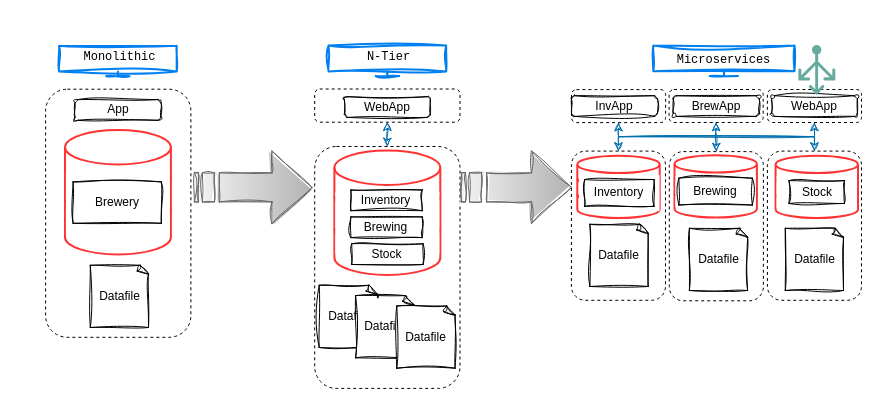
The draw.io diagram kubernetes-for-oracledbas/understand-kubernetes/files/db_ms.drawio in oracle-livelabs/database, before the edit. Source tidied: cells renumbered, new cells numbered last; positions are measured from the earlier drawing's top-left corner, leaving out a move shared by most shapes. Both pictures are drawn from the tidied source at 100%, with x=0, y=0 at pixel (41, 16).
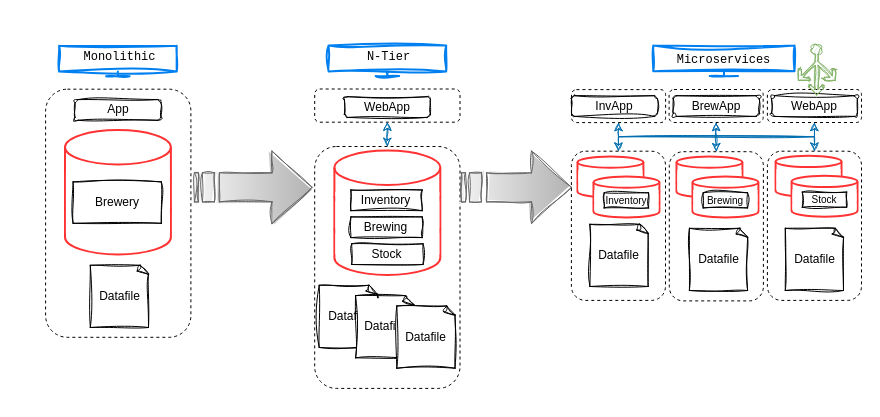
Above is the later version.

The change refers to these unchanged cells:
```xml
<mxCell id="2" style="group;" parent="1" vertex="1">
  <mxGeometry y="0.2" width="820" height="382" as="geometry" />
</mxCell>
<mxCell id="44" style="group;" parent="2" vertex="1">
  <mxGeometry x="552.9" y="138.6" width="251.8" height="135.2" as="geometry" />
</mxCell>
<mxCell id="51" style="group;" parent="2" vertex="1">
  <mxGeometry x="542.3" y="139.1" width="89.4" height="145" as="geometry" />
</mxCell>
```

The edit, as a diff of the source:
```diff
@@
-    <mxCell id="43" style="sketch=0;shadow=0;dashed=0;html=1;strokeColor=none;labelPosition=center;verticalLabelPosition=bottom;verticalAlign=top;align=center;fillColor=#67AB9F;shape=mxgraph.azure.load_balancer_generic;" parent="2" vertex="1">
+    <mxCell id="43" style="sketch=1;shadow=0;dashed=0;html=1;strokeColor=#82b366;labelPosition=center;verticalLabelPosition=bottom;verticalAlign=top;align=center;fillColor=#d5e8d4;shape=mxgraph.azure.load_balancer_generic;curveFitting=1;jiggle=2;" parent="2" vertex="1">
       <mxGeometry x="756.8" y="28.2" width="37" height="50" as="geometry" />
     </mxCell>
@@
-    <mxCell id="47" style="group;" parent="44" vertex="1">
-      <mxGeometry x="80.1" width="82.4" height="62.2" as="geometry" />
-    </mxCell>
-    <mxCell id="48" style="html=1;verticalLabelPosition=bottom;align=center;labelBackgroundColor=#ffffff;verticalAlign=top;strokeWidth=2;strokeColor=#FF3333;shadow=0;dashed=0;shape=mxgraph.ios7.icons.data;" parent="47" vertex="1">
-      <mxGeometry width="82.4" height="62.2" as="geometry" />
-    </mxCell>
-    <mxCell id="49" style="whiteSpace=wrap;html=1;strokeColor=none;imageAspect=0;glass=0;rounded=0;strokeWidth=0;" parent="47" vertex="1">
-      <mxGeometry x="0.9" y="20.7" width="80.5" height="31.1" as="geometry" />
-    </mxCell>
-    <mxCell id="50" value="Brewing" style="rounded=0;arcSize=10;whiteSpace=wrap;html=1;align=center;glass=0;sketch=1;curveFitting=1;jiggle=2;" parent="47" vertex="1">
-      <mxGeometry x="4.4" y="22.9" width="73.5" height="26.8" as="geometry" />
-    </mxCell>
@@
-    <mxCell id="52" style="html=1;verticalLabelPosition=bottom;align=center;labelBackgroundColor=#ffffff;verticalAlign=top;strokeWidth=2;strokeColor=#FF3333;shadow=0;dashed=0;shape=mxgraph.ios7.icons.data;" parent="51" vertex="1">
-      <mxGeometry x="-6.5" width="82.4" height="62.2" as="geometry" />
-    </mxCell>
-    <mxCell id="53" style="whiteSpace=wrap;html=1;strokeColor=none;imageAspect=0;glass=0;rounded=0;strokeWidth=0;" parent="51" vertex="1">
-      <mxGeometry x="-4.7" y="19" width="80.5" height="36.3" as="geometry" />
-    </mxCell>
-    <mxCell id="54" value="Inventory" style="rounded=0;arcSize=10;whiteSpace=wrap;html=1;align=center;glass=0;sketch=1;curveFitting=1;jiggle=2;" parent="51" vertex="1">
-      <mxGeometry x="0.9" y="23.7" width="69.3" height="26.8" as="geometry" />
-    </mxCell>
-    <mxCell id="55" style="rounded=1;whiteSpace=wrap;html=1;fillColor=none;dashed=1;" parent="51" vertex="1">
-      <mxGeometry x="-12.4" y="-4.7" width="94.1" height="149.2" as="geometry" />
-    </mxCell>
@@
     <mxCell id="57" style="group;" parent="2" vertex="1">
-      <mxGeometry x="734.1" y="139.1" width="82.4" height="62.2" as="geometry" />
+      <mxGeometry x="734.1" y="139.1" width="65.9" height="40.9" as="geometry" />
     </mxCell>
     <mxCell id="58" style="html=1;verticalLabelPosition=bottom;align=center;labelBackgroundColor=#ffffff;verticalAlign=top;strokeWidth=2;strokeColor=#FF3333;shadow=0;dashed=0;shape=mxgraph.ios7.icons.data;" parent="57" vertex="1">
-      <mxGeometry width="82.4" height="62.2" as="geometry" />
+      <mxGeometry width="65.9" height="40.9" as="geometry" />
     </mxCell>
     <mxCell id="59" style="whiteSpace=wrap;html=1;strokeColor=none;imageAspect=0;glass=0;rounded=0;strokeWidth=0;" parent="57" vertex="1">
-      <mxGeometry x="0.9" y="20.7" width="80.5" height="31.1" as="geometry" />
+      <mxGeometry x="0.7" y="13.6" width="64.4" height="20.5" as="geometry" />
     </mxCell>
+    <mxCell id="63" style="edgeStyle=orthogonalEdgeStyle;rounded=0;jettySize=auto;html=1;exitX=0.5;exitY=0;exitDx=0;exitDy=0;entryX=0.5;entryY=0;entryDx=0;entryDy=0;startArrow=classic;startFill=1;fillColor=#1ba1e2;strokeColor=#006EAF;sketch=1;curveFitting=1;jiggle=2;" parent="2" edge="1" source="55" target="62">
+      <mxGeometry relative="1" as="geometry">
+        <Array as="points">
+          <mxPoint x="577" y="120" />
+          <mxPoint x="773" y="120" />
+        </Array>
+      </mxGeometry>
+    </mxCell>
+    <mxCell id="64" style="group;" parent="1" vertex="1">
+      <mxGeometry x="750.1" y="159.3" width="65.9" height="40.9" as="geometry" />
+    </mxCell>
+    <mxCell id="65" style="html=1;verticalLabelPosition=bottom;align=center;labelBackgroundColor=#ffffff;verticalAlign=top;strokeWidth=2;strokeColor=#FF3333;shadow=0;dashed=0;shape=mxgraph.ios7.icons.data;" parent="64" vertex="1">
+      <mxGeometry width="65.9" height="40.9" as="geometry" />
+    </mxCell>
+    <mxCell id="66" style="whiteSpace=wrap;html=1;strokeColor=none;imageAspect=0;glass=0;rounded=0;strokeWidth=0;" parent="64" vertex="1">
+      <mxGeometry x="0.7" y="13.6" width="64.4" height="20.5" as="geometry" />
+    </mxCell>
-    <mxCell id="60" value="Stock" style="rounded=0;arcSize=10;whiteSpace=wrap;html=1;align=center;glass=0;sketch=1;curveFitting=1;jiggle=2;" parent="57" vertex="1">
-      <mxGeometry x="13.4" y="24.8" width="55.5" height="22.9" as="geometry" />
+    <mxCell id="60" value="&lt;font style=&quot;font-size: 10px;&quot;&gt;Stock&lt;/font&gt;" style="rounded=0;arcSize=10;whiteSpace=wrap;html=1;align=center;glass=0;sketch=1;curveFitting=1;jiggle=2;" parent="64" vertex="1">
+      <mxGeometry x="10.7" y="16.3" width="44.4" height="15.1" as="geometry" />
     </mxCell>
+    <mxCell id="67" parent="0" />
+    <mxCell id="55" style="rounded=1;whiteSpace=wrap;html=1;fillColor=none;dashed=1;" parent="67" vertex="1">
+      <mxGeometry x="529.9" y="134.7" width="94.1" height="149.2" as="geometry" />
+    </mxCell>
-    <mxCell id="61" style="rounded=1;whiteSpace=wrap;html=1;fillColor=none;dashed=1;" parent="2" vertex="1">
-      <mxGeometry x="627.8" y="134.9" width="94.1" height="149.2" as="geometry" />
+    <mxCell id="61" style="rounded=1;whiteSpace=wrap;html=1;fillColor=none;dashed=1;" parent="67" vertex="1">
+      <mxGeometry x="627.8" y="135.2" width="94.1" height="149.2" as="geometry" />
     </mxCell>
-    <mxCell id="62" style="rounded=1;whiteSpace=wrap;html=1;fillColor=none;dashed=1;" parent="2" vertex="1">
-      <mxGeometry x="725.9" y="134.4" width="94.1" height="149.2" as="geometry" />
+    <mxCell id="62" style="rounded=1;whiteSpace=wrap;html=1;fillColor=none;dashed=1;" parent="67" vertex="1">
+      <mxGeometry x="725.9" y="134.7" width="94.1" height="149.2" as="geometry" />
     </mxCell>
-    <mxCell id="63" style="edgeStyle=orthogonalEdgeStyle;rounded=0;jettySize=auto;html=1;exitX=0.5;exitY=0;exitDx=0;exitDy=0;entryX=0.5;entryY=0;entryDx=0;entryDy=0;startArrow=classic;startFill=1;fillColor=#1ba1e2;strokeColor=#006EAF;sketch=1;curveFitting=1;jiggle=2;" parent="2" edge="1" source="55" target="62">
-      <mxGeometry relative="1" as="geometry">
-        <Array as="points">
-          <mxPoint x="577" y="120" />
-          <mxPoint x="773" y="120" />
-        </Array>
-      </mxGeometry>
-    </mxCell>
+    <mxCell id="68" parent="0" />
+    <mxCell id="69" style="group;" parent="68" vertex="1">
+      <mxGeometry x="635" y="140" width="81.9" height="60.9" as="geometry" />
+    </mxCell>
+    <mxCell id="70" style="group;" parent="69" vertex="1">
+      <mxGeometry width="65.9" height="40.9" as="geometry" />
+    </mxCell>
+    <mxCell id="71" style="html=1;verticalLabelPosition=bottom;align=center;labelBackgroundColor=#ffffff;verticalAlign=top;strokeWidth=2;strokeColor=#FF3333;shadow=0;dashed=0;shape=mxgraph.ios7.icons.data;" parent="70" vertex="1">
+      <mxGeometry width="65.9" height="40.9" as="geometry" />
+    </mxCell>
+    <mxCell id="72" style="whiteSpace=wrap;html=1;strokeColor=none;imageAspect=0;glass=0;rounded=0;strokeWidth=0;" parent="70" vertex="1">
+      <mxGeometry x="0.7" y="13.6" width="64.4" height="20.5" as="geometry" />
+    </mxCell>
+    <mxCell id="73" style="group;" parent="69" vertex="1">
+      <mxGeometry x="16" y="20" width="65.9" height="40.9" as="geometry" />
+    </mxCell>
+    <mxCell id="74" style="html=1;verticalLabelPosition=bottom;align=center;labelBackgroundColor=#ffffff;verticalAlign=top;strokeWidth=2;strokeColor=#FF3333;shadow=0;dashed=0;shape=mxgraph.ios7.icons.data;" parent="73" vertex="1">
+      <mxGeometry width="65.9" height="40.9" as="geometry" />
+    </mxCell>
+    <mxCell id="75" style="whiteSpace=wrap;html=1;strokeColor=none;imageAspect=0;glass=0;rounded=0;strokeWidth=0;" parent="73" vertex="1">
+      <mxGeometry x="0.7" y="13.6" width="64.4" height="20.5" as="geometry" />
+    </mxCell>
+    <mxCell id="50" value="&lt;font style=&quot;font-size: 10px;&quot;&gt;Brewing&lt;/font&gt;" style="rounded=0;arcSize=10;whiteSpace=wrap;html=1;align=center;glass=0;sketch=1;curveFitting=1;jiggle=2;" parent="73" vertex="1">
+      <mxGeometry x="10.7" y="16.3" width="44.4" height="15.1" as="geometry" />
+    </mxCell>
+    <mxCell id="76" style="group;" parent="68" vertex="1">
+      <mxGeometry x="536" y="140" width="81.9" height="60.9" as="geometry" />
+    </mxCell>
+    <mxCell id="77" style="group;" parent="76" vertex="1">
+      <mxGeometry width="65.9" height="40.9" as="geometry" />
+    </mxCell>
+    <mxCell id="78" style="html=1;verticalLabelPosition=bottom;align=center;labelBackgroundColor=#ffffff;verticalAlign=top;strokeWidth=2;strokeColor=#FF3333;shadow=0;dashed=0;shape=mxgraph.ios7.icons.data;" parent="77" vertex="1">
+      <mxGeometry width="65.9" height="40.9" as="geometry" />
+    </mxCell>
+    <mxCell id="79" style="whiteSpace=wrap;html=1;strokeColor=none;imageAspect=0;glass=0;rounded=0;strokeWidth=0;" parent="77" vertex="1">
+      <mxGeometry x="0.7" y="13.6" width="64.4" height="20.5" as="geometry" />
+    </mxCell>
+    <mxCell id="80" style="group;" parent="76" vertex="1">
+      <mxGeometry x="16" y="20" width="65.9" height="40.9" as="geometry" />
+    </mxCell>
+    <mxCell id="81" style="html=1;verticalLabelPosition=bottom;align=center;labelBackgroundColor=#ffffff;verticalAlign=top;strokeWidth=2;strokeColor=#FF3333;shadow=0;dashed=0;shape=mxgraph.ios7.icons.data;" parent="80" vertex="1">
+      <mxGeometry width="65.9" height="40.9" as="geometry" />
+    </mxCell>
+    <mxCell id="82" style="whiteSpace=wrap;html=1;strokeColor=none;imageAspect=0;glass=0;rounded=0;strokeWidth=0;" parent="80" vertex="1">
+      <mxGeometry x="0.7" y="13.6" width="64.4" height="20.5" as="geometry" />
+    </mxCell>
+    <mxCell id="54" value="&lt;font style=&quot;font-size: 10px;&quot;&gt;Inventory&lt;/font&gt;" style="rounded=0;arcSize=10;whiteSpace=wrap;html=1;align=center;glass=0;sketch=1;curveFitting=1;jiggle=2;" parent="80" vertex="1">
+      <mxGeometry x="10.7" y="16.3" width="44.4" height="15.1" as="geometry" />
+    </mxCell>
```
